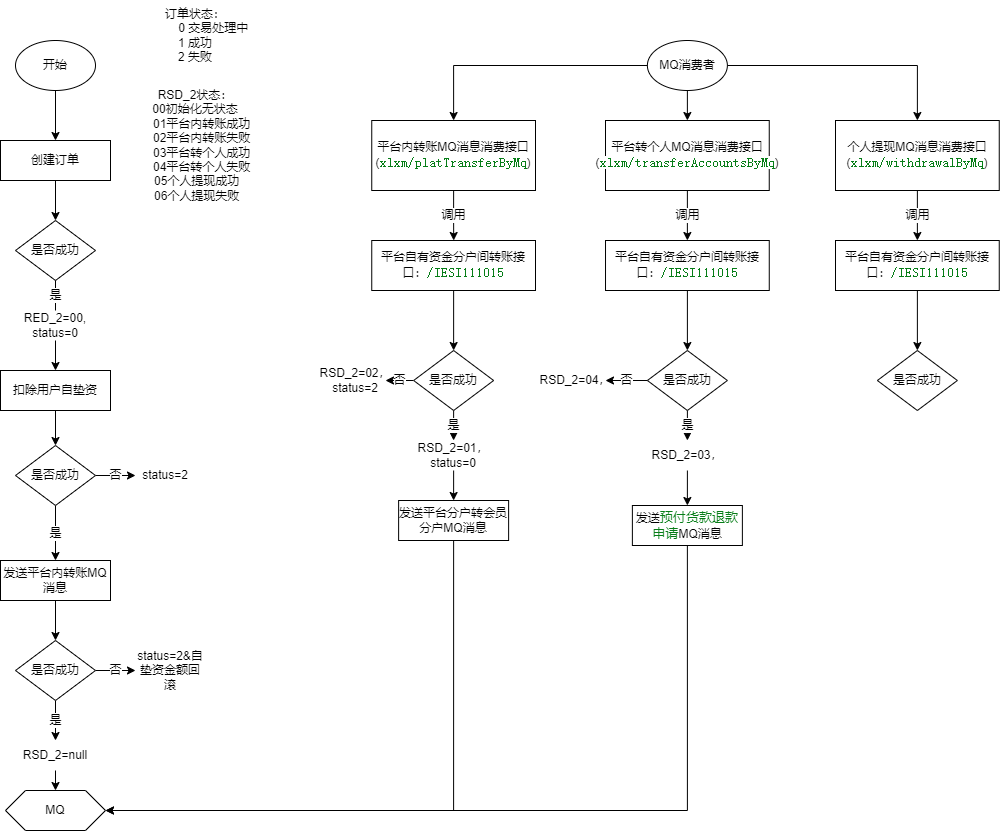
The draw.io diagram 厦门国际代付订单状态流转.drawio.png in songyibo2019/mydiagrams, before a commit. Source tidied: cells renumbered, new cells last; positions are measured from the earlier drawing's top-left corner, leaving out a move shared by most shapes.
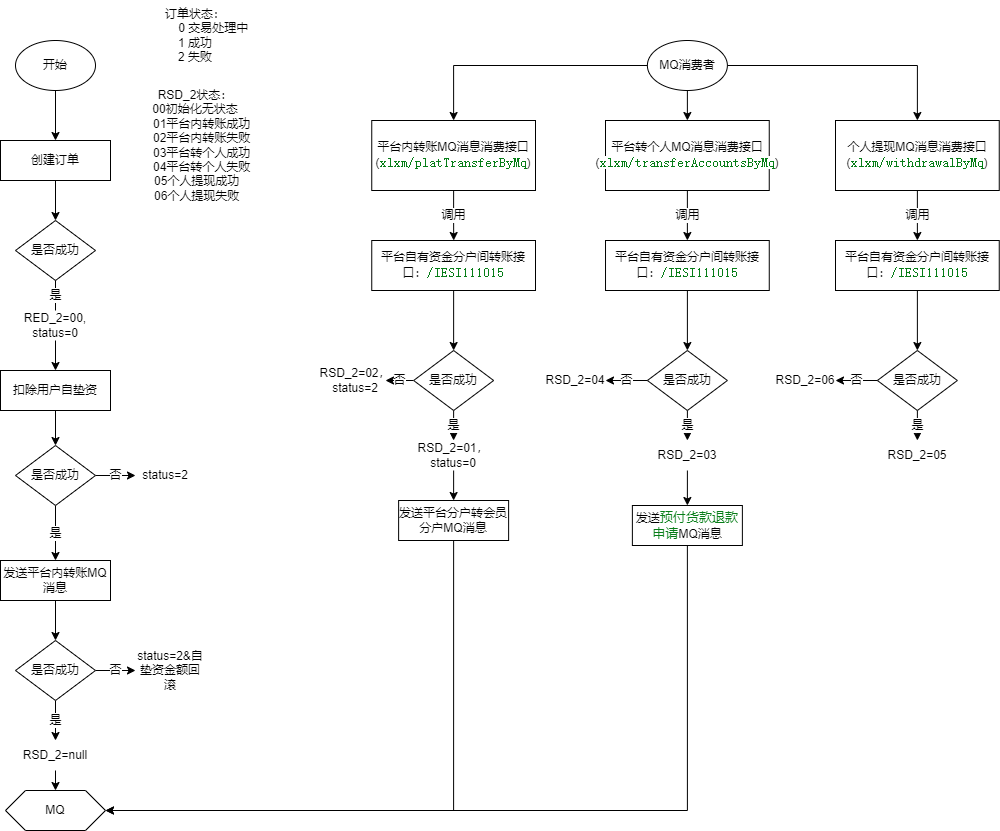
The same diagram one commit later.

Commit message:
Update 厦门国际代付订单状态流转.drawio.png

The edit, as a diff of the source:
```diff
@@ -158,13 +158,19 @@
     <mxCell id="53" value="是否成功" style="rhombus;whiteSpace=wrap;html=1;" parent="1" vertex="1">
       <mxGeometry x="646.9" y="350" width="80" height="60" as="geometry" />
     </mxCell>
+    <mxCell id="60" value="否" style="edgeStyle=orthogonalEdgeStyle;rounded=0;jettySize=auto;html=1;exitX=0;exitY=0.5;exitDx=0;exitDy=0;entryX=1;entryY=0.5;entryDx=0;entryDy=0;" parent="1" edge="1" source="54" target="62">
+      <mxGeometry relative="1" as="geometry" />
+    </mxCell>
+    <mxCell id="61" value="是" style="edgeStyle=orthogonalEdgeStyle;rounded=0;jettySize=auto;html=1;exitX=0.5;exitY=1;exitDx=0;exitDy=0;entryX=0.5;entryY=0;entryDx=0;entryDy=0;" parent="1" edge="1" source="54" target="63">
+      <mxGeometry relative="1" as="geometry" />
+    </mxCell>
     <mxCell id="54" value="是否成功" style="rhombus;whiteSpace=wrap;html=1;" parent="1" vertex="1">
       <mxGeometry x="876.9" y="350" width="80" height="60" as="geometry" />
     </mxCell>
     <mxCell id="55" style="edgeStyle=orthogonalEdgeStyle;rounded=0;jettySize=auto;html=1;exitX=0.5;exitY=1;exitDx=0;exitDy=0;entryX=0.5;entryY=0;entryDx=0;entryDy=0;" parent="1" edge="1" source="56" target="58">
       <mxGeometry relative="1" as="geometry" />
     </mxCell>
-    <mxCell id="56" value="RSD_2=03，" style="text;html=1;strokeColor=none;fillColor=none;align=center;verticalAlign=middle;whiteSpace=wrap;rounded=0;" parent="1" vertex="1">
+    <mxCell id="56" value="RSD_2=03" style="text;html=1;strokeColor=none;fillColor=none;align=center;verticalAlign=middle;whiteSpace=wrap;rounded=0;" parent="1" vertex="1">
       <mxGeometry x="656.9" y="440" width="60" height="30" as="geometry" />
     </mxCell>
     <mxCell id="57" style="edgeStyle=orthogonalEdgeStyle;rounded=0;jettySize=auto;html=1;exitX=0.5;exitY=1;exitDx=0;exitDy=0;entryX=1;entryY=0.5;entryDx=0;entryDy=0;" parent="1" edge="1" source="58" target="48">
@@ -173,8 +179,14 @@
     <mxCell id="58" value="发送&lt;span style=&quot;color: rgb(6 , 125 , 23) ; background-color: rgb(255 , 255 , 255) ; font-family: , monospace ; font-size: 9.8pt&quot;&gt;预付货款退款申请&lt;/span&gt;&lt;span&gt;MQ消息&lt;/span&gt;" style="rounded=0;whiteSpace=wrap;html=1;" parent="1" vertex="1">
       <mxGeometry x="631.9" y="505" width="110" height="40" as="geometry" />
     </mxCell>
-    <mxCell id="59" value="RSD_2=04，" style="text;html=1;strokeColor=none;fillColor=none;align=center;verticalAlign=middle;whiteSpace=wrap;rounded=0;" parent="1" vertex="1">
+    <mxCell id="59" value="RSD_2=04" style="text;html=1;strokeColor=none;fillColor=none;align=center;verticalAlign=middle;whiteSpace=wrap;rounded=0;" parent="1" vertex="1">
       <mxGeometry x="545" y="365" width="60" height="30" as="geometry" />
     </mxCell>
+    <mxCell id="62" value="RSD_2=06" style="text;html=1;strokeColor=none;fillColor=none;align=center;verticalAlign=middle;whiteSpace=wrap;rounded=0;" parent="1" vertex="1">
+      <mxGeometry x="775" y="365" width="60" height="30" as="geometry" />
+    </mxCell>
+    <mxCell id="63" value="RSD_2=05" style="text;html=1;strokeColor=none;fillColor=none;align=center;verticalAlign=middle;whiteSpace=wrap;rounded=0;" parent="1" vertex="1">
+      <mxGeometry x="886.9" y="440" width="60" height="30" as="geometry" />
+    </mxCell>
   </root>
 </mxGraphModel>
```
